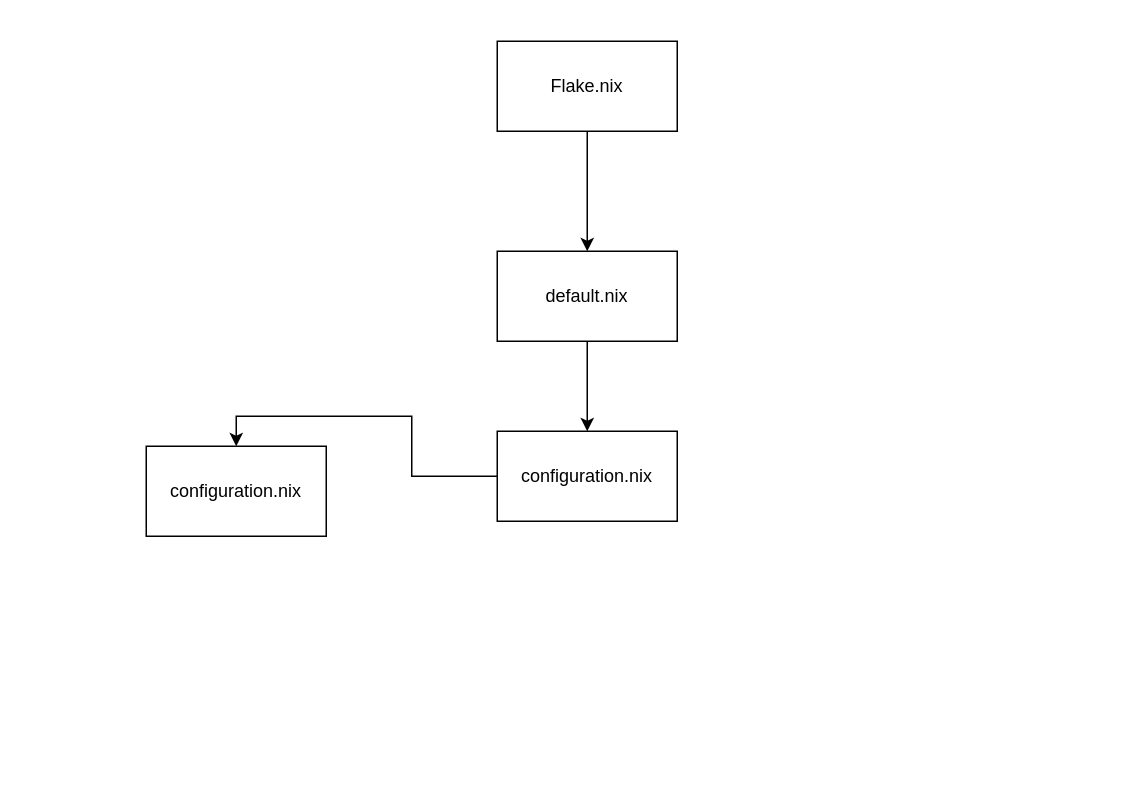
Earlier version of the draw.io diagram workflow.drawio (loomhigh/Flakes). Source tidied: cells renumbered, new cells numbered last; positions are measured from the earlier drawing's top-left corner, leaving out a move shared by most shapes. Both pictures are drawn from the tidied source at 150%, with x=0, y=0 at pixel (146, 40).
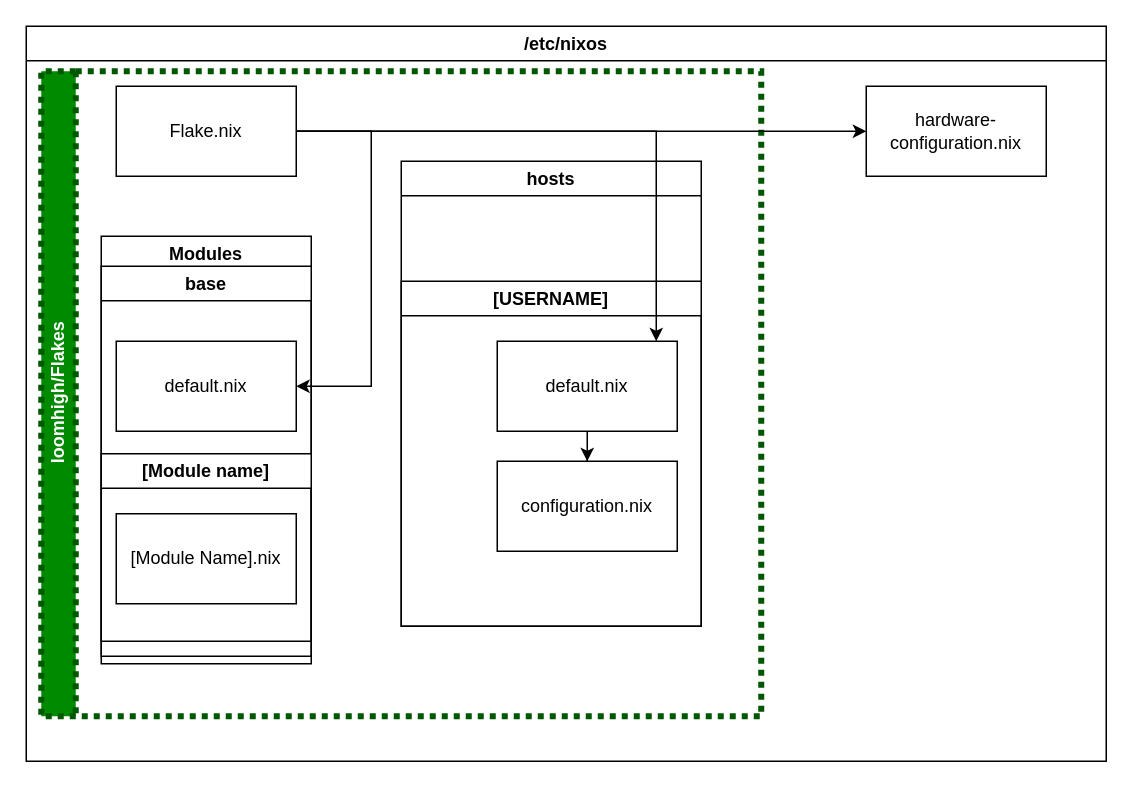
The same page after the edit.

Commit message (it also covers changes not shown here):
removing hardware config from config file

The edit, as a diff of the source:
```diff
@@
+    <mxCell id="9" value="/etc/nixos" style="swimlane;whiteSpace=wrap;html=1;" parent="1" vertex="1">
+      <mxGeometry x="-80" y="-10" width="720" height="490" as="geometry" />
+    </mxCell>
+    <mxCell id="10" value="loomhigh/Flakes" style="swimlane;horizontal=0;whiteSpace=wrap;html=1;fillColor=#008a00;fontColor=#ffffff;strokeColor=#005700;startSize=23;dashed=1;dashPattern=1 1;strokeWidth=4;" parent="9" vertex="1">
+      <mxGeometry x="10" y="30" width="480" height="430" as="geometry" />
+    </mxCell>
+    <mxCell id="11" style="edgeStyle=orthogonalEdgeStyle;rounded=0;jettySize=auto;html=1;entryX=1;entryY=0.5;entryDx=0;entryDy=0;" parent="10" edge="1" target="8">
+      <mxGeometry relative="1" as="geometry">
+        <mxPoint x="170" y="40" as="sourcePoint" />
+        <Array as="points">
+          <mxPoint x="220" y="40" />
+          <mxPoint x="220" y="210" />
+        </Array>
+      </mxGeometry>
+    </mxCell>
+    <mxCell id="3" value="Flake.nix" style="rounded=0;whiteSpace=wrap;html=1;" parent="10" vertex="1">
+      <mxGeometry x="50" y="10" width="120" height="60" as="geometry" />
+    </mxCell>
+    <mxCell id="12" value="hosts" style="swimlane;whiteSpace=wrap;html=1;" parent="10" vertex="1">
+      <mxGeometry x="240" y="60" width="200" height="310" as="geometry" />
+    </mxCell>
+    <mxCell id="13" value="[USERNAME]" style="swimlane;whiteSpace=wrap;html=1;" parent="12" vertex="1">
+      <mxGeometry y="80" width="200" height="230" as="geometry" />
+    </mxCell>
+    <mxCell id="7" value="configuration.nix" style="rounded=0;whiteSpace=wrap;html=1;" parent="13" vertex="1">
+      <mxGeometry x="64" y="120" width="120" height="60" as="geometry" />
+    </mxCell>
+    <mxCell id="5" value="default.nix" style="rounded=0;whiteSpace=wrap;html=1;" parent="13" vertex="1">
+      <mxGeometry x="64" y="40" width="120" height="60" as="geometry" />
+    </mxCell>
+    <mxCell id="4" style="edgeStyle=orthogonalEdgeStyle;rounded=0;jettySize=auto;html=1;entryX=0.5;entryY=0;entryDx=0;entryDy=0;" parent="13" edge="1" source="5" target="7">
+      <mxGeometry relative="1" as="geometry" />
+    </mxCell>
-    <mxCell id="2" style="edgeStyle=orthogonalEdgeStyle;rounded=0;jettySize=auto;html=1;" parent="1" edge="1" source="3" target="5">
-      <mxGeometry relative="1" as="geometry" />
+    <mxCell id="2" style="edgeStyle=orthogonalEdgeStyle;rounded=0;jettySize=auto;html=1;" parent="10" edge="1" source="3" target="5">
+      <mxGeometry relative="1" as="geometry">
+        <Array as="points">
+          <mxPoint x="410" y="40" />
+        </Array>
+      </mxGeometry>
     </mxCell>
-    <mxCell id="3" value="Flake.nix" style="rounded=0;whiteSpace=wrap;html=1;" parent="1" vertex="1">
-      <mxGeometry x="234" width="120" height="60" as="geometry" />
-    </mxCell>
-    <mxCell id="4" style="edgeStyle=orthogonalEdgeStyle;rounded=0;jettySize=auto;html=1;entryX=0.5;entryY=0;entryDx=0;entryDy=0;" parent="1" edge="1" source="5" target="7">
-      <mxGeometry relative="1" as="geometry" />
-    </mxCell>
-    <mxCell id="5" value="default.nix" style="rounded=0;whiteSpace=wrap;html=1;" parent="1" vertex="1">
-      <mxGeometry x="234" y="140" width="120" height="60" as="geometry" />
-    </mxCell>
-    <mxCell id="6" style="edgeStyle=orthogonalEdgeStyle;rounded=0;jettySize=auto;html=1;entryX=0.5;entryY=0;entryDx=0;entryDy=0;" parent="1" edge="1" source="7" target="8">
-      <mxGeometry relative="1" as="geometry" />
-    </mxCell>
-    <mxCell id="7" value="configuration.nix" style="rounded=0;whiteSpace=wrap;html=1;" parent="1" vertex="1">
-      <mxGeometry x="234" y="260" width="120" height="60" as="geometry" />
-    </mxCell>
+    <mxCell id="14" value="Modules" style="swimlane;whiteSpace=wrap;html=1;" parent="10" vertex="1">
+      <mxGeometry x="40" y="110" width="140" height="285" as="geometry" />
+    </mxCell>
+    <mxCell id="15" value="base" style="swimlane;whiteSpace=wrap;html=1;" parent="14" vertex="1">
+      <mxGeometry y="20" width="140" height="260" as="geometry" />
+    </mxCell>
-    <mxCell id="8" value="configuration.nix" style="rounded=0;whiteSpace=wrap;html=1;" parent="1" vertex="1">
-      <mxGeometry y="270" width="120" height="60" as="geometry" />
+    <mxCell id="8" value="default.nix" style="rounded=0;whiteSpace=wrap;html=1;" parent="15" vertex="1">
+      <mxGeometry x="10" y="50" width="120" height="60" as="geometry" />
     </mxCell>
+    <mxCell id="16" value="[Module name]" style="swimlane;whiteSpace=wrap;html=1;" parent="15" vertex="1">
+      <mxGeometry y="125" width="140" height="125" as="geometry" />
+    </mxCell>
+    <mxCell id="17" value="[Module Name].nix" style="rounded=0;whiteSpace=wrap;html=1;" parent="16" vertex="1">
+      <mxGeometry x="10" y="40" width="120" height="60" as="geometry" />
+    </mxCell>
+    <mxCell id="18" value="hardware-configuration.nix" style="rounded=0;whiteSpace=wrap;html=1;" parent="9" vertex="1">
+      <mxGeometry x="560" y="40" width="120" height="60" as="geometry" />
+    </mxCell>
+    <mxCell id="19" style="edgeStyle=orthogonalEdgeStyle;rounded=0;jettySize=auto;html=1;entryX=0;entryY=0.5;entryDx=0;entryDy=0;" parent="9" edge="1" source="3" target="18">
+      <mxGeometry relative="1" as="geometry" />
+    </mxCell>
```
